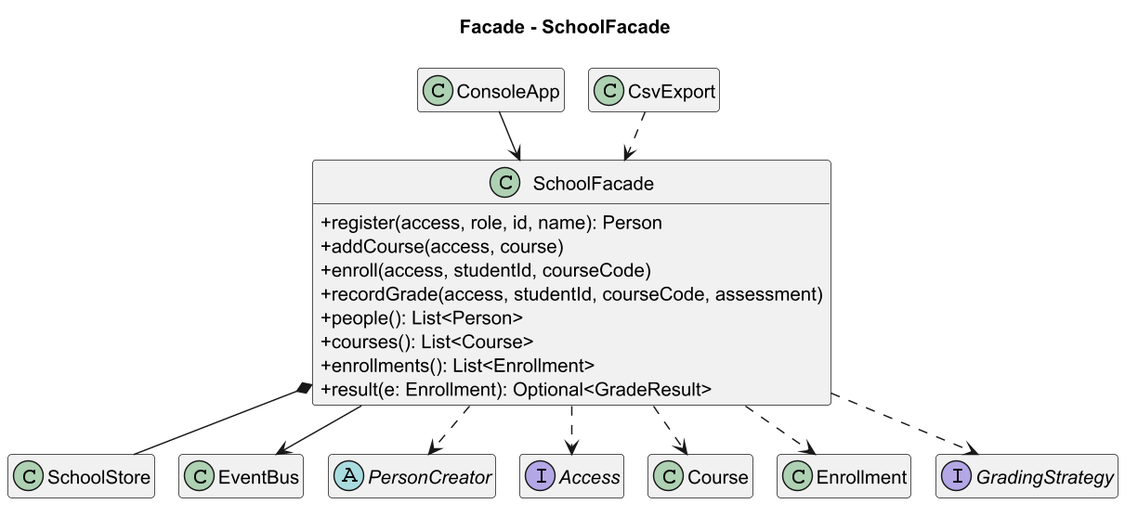
Earlier version of the PlantUML export docs/images/facade.png (Asylstyle/school-management-system). Its diagram source:
```plantuml
@startuml facade
skinparamlocked dpi 140
!pragma layout smetana
title Facade - SchoolFacade
skinparam classAttributeIconSize 0
skinparam shadowing false
hide empty members

class ConsoleApp
class CsvExport
class SchoolFacade {
  +register(access, role, id, name): Person
  +addCourse(access, course)
  +enroll(access, studentId, courseCode)
  +recordGrade(access, studentId, courseCode, assessment)
  +people(): List<Person>
  +courses(): List<Course>
  +enrollments(): List<Enrollment>
  +result(e: Enrollment): Optional<GradeResult>
}
class SchoolStore
class EventBus
abstract class PersonCreator
interface Access
class Course
class Enrollment
interface GradingStrategy

ConsoleApp --> SchoolFacade
CsvExport ..> SchoolFacade
SchoolFacade *-- SchoolStore
SchoolFacade --> EventBus
SchoolFacade ..> PersonCreator
SchoolFacade ..> Access
SchoolFacade ..> Course
SchoolFacade ..> Enrollment
SchoolFacade ..> GradingStrategy
@enduml
```
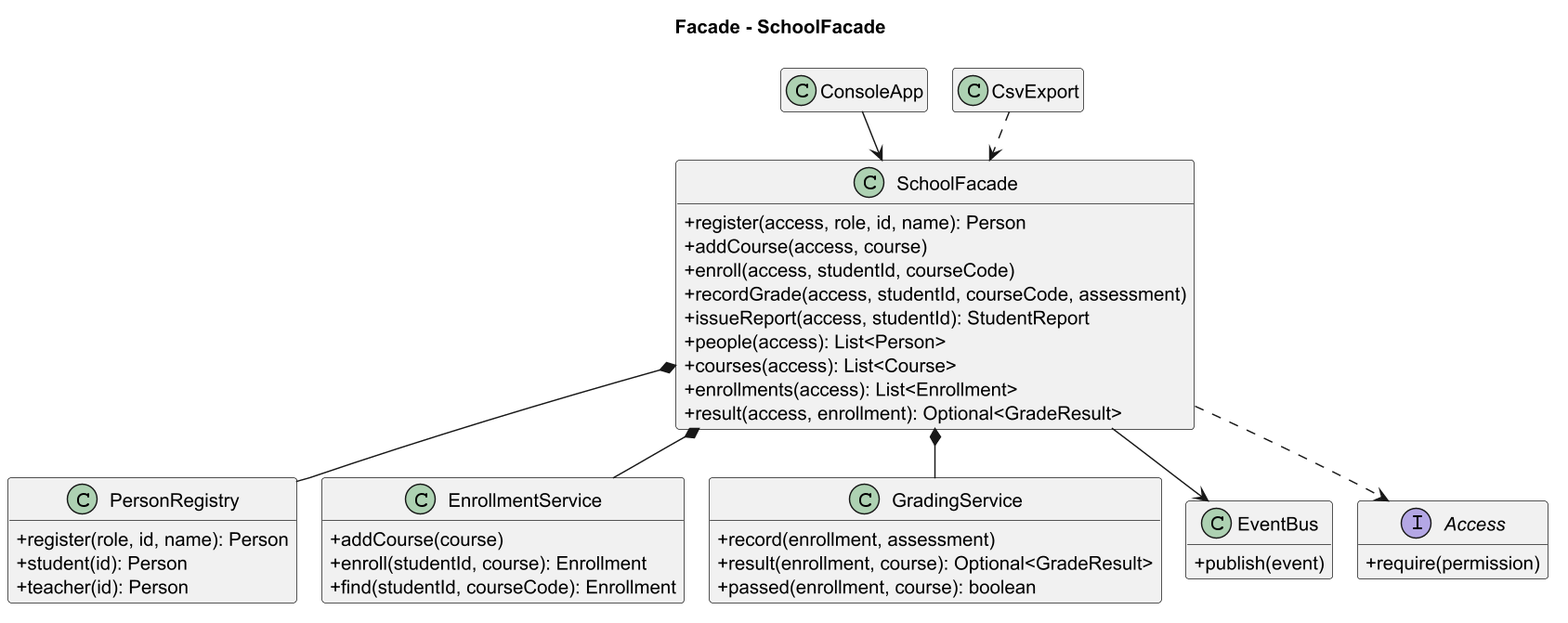
The same file after the commit.

What changed in the source:
```diff
@@ -13,26 +13,39 @@
   +addCourse(access, course)
   +enroll(access, studentId, courseCode)
   +recordGrade(access, studentId, courseCode, assessment)
-  +people(): List<Person>
-  +courses(): List<Course>
-  +enrollments(): List<Enrollment>
-  +result(e: Enrollment): Optional<GradeResult>
+  +issueReport(access, studentId): StudentReport
+  +people(access): List<Person>
+  +courses(access): List<Course>
+  +enrollments(access): List<Enrollment>
+  +result(access, enrollment): Optional<GradeResult>
 }
-class SchoolStore
-class EventBus
-abstract class PersonCreator
-interface Access
-class Course
-class Enrollment
-interface GradingStrategy
+class PersonRegistry {
+  +register(role, id, name): Person
+  +student(id): Person
+  +teacher(id): Person
+}
+class EnrollmentService {
+  +addCourse(course)
+  +enroll(studentId, course): Enrollment
+  +find(studentId, courseCode): Enrollment
+}
+class GradingService {
+  +record(enrollment, assessment)
+  +result(enrollment, course): Optional<GradeResult>
+  +passed(enrollment, course): boolean
+}
+class EventBus {
+  +publish(event)
+}
+interface Access {
+  +require(permission)
+}
 
 ConsoleApp --> SchoolFacade
 CsvExport ..> SchoolFacade
-SchoolFacade *-- SchoolStore
+SchoolFacade *-- PersonRegistry
+SchoolFacade *-- EnrollmentService
+SchoolFacade *-- GradingService
 SchoolFacade --> EventBus
-SchoolFacade ..> PersonCreator
 SchoolFacade ..> Access
-SchoolFacade ..> Course
-SchoolFacade ..> Enrollment
-SchoolFacade ..> GradingStrategy
 @enduml
```
